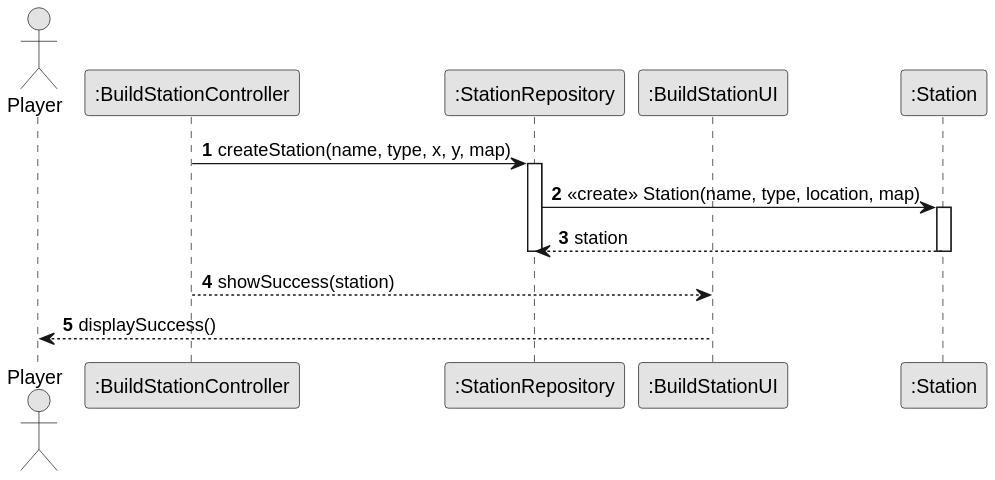
Above: docs/system-documentation/US005/03.design/svg/US005-SD-createAndSuccess.svg in goncalolopesp/sem2-pi-24.25-g093-repo (PlantUML), before the change.
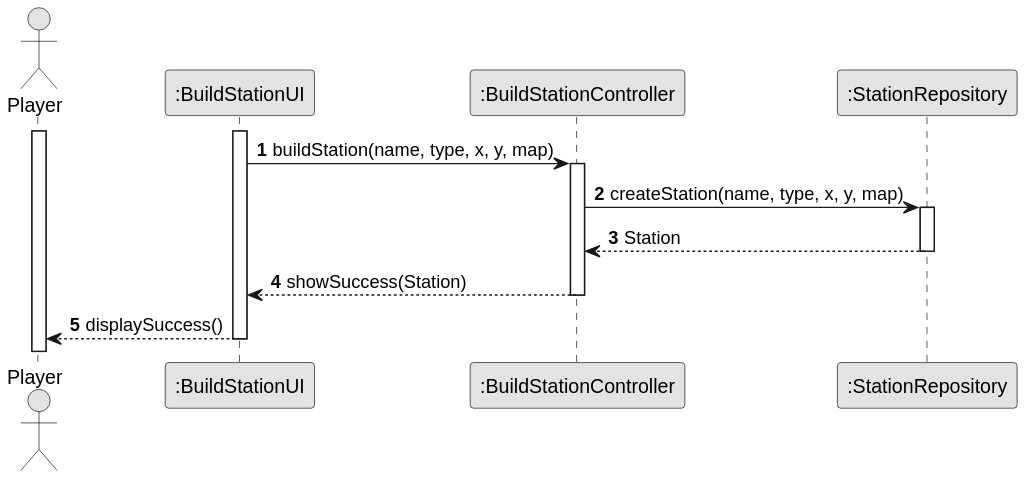
The same file after the commit.

Diff of the diagram source:
```diff
@@ -5,19 +5,23 @@
 autonumber
 
 actor "Player" as Player
+participant ":BuildStationUI" as BuildUI
 participant ":BuildStationController" as BuildController
 participant ":StationRepository" as StationRepo
-participant ":BuildStationUI" as BuildUI
-participant ":Station" as Station
+activate Player
+activate BuildUI
+
+BuildUI -> BuildController: buildStation(name, type, x, y, map)
+activate BuildController
 
 BuildController -> StationRepo: createStation(name, type, x, y, map)
 activate StationRepo
-StationRepo -> Station: «create» Station(name, type, location, map)
-activate Station
-Station --> StationRepo: station
-deactivate Station
+StationRepo --> BuildController: Station
 deactivate StationRepo
 
-BuildController --> BuildUI: showSuccess(station)
+BuildController --> BuildUI: showSuccess(Station)
+deactivate BuildController
+
 BuildUI --> Player: displaySuccess()
+deactivate BuildUI
 @enduml
```
